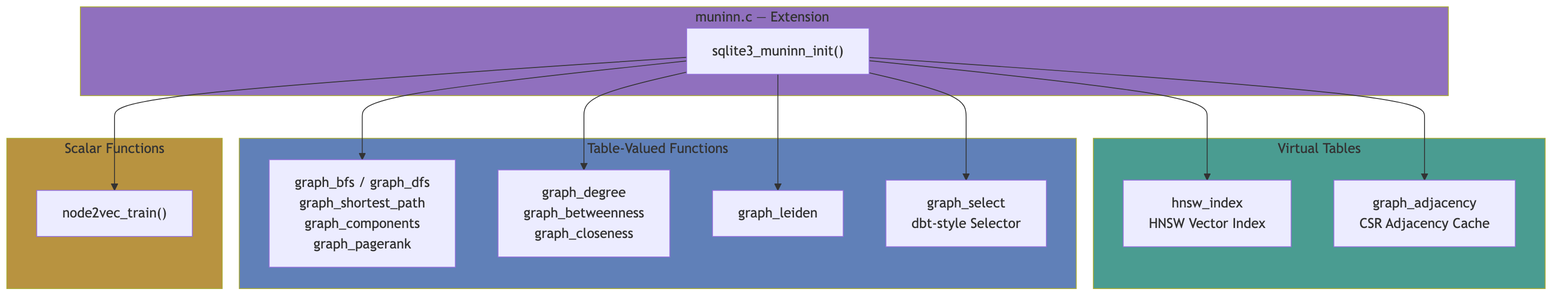
Before: docs/diagrams/architecture-overview.png, a diagram exported from Mermaid (neozenith/sqlite-muninn). Its source is kept beside it as docs/diagrams/architecture-overview.mmd. Source of this version:
```mermaid
flowchart TB
    subgraph entry["muninn.c — Extension Entry Point"]
        init["sqlite3_muninn_init()"]
    end

    subgraph vt["Virtual Tables"]
        hnsw["hnsw_index<br/>HNSW Vector Index"]
        adj["graph_adjacency<br/>CSR Adjacency Cache"]
    end

    subgraph tvf["Table-Valued Functions"]
        traversal["graph_bfs / graph_dfs<br/>graph_shortest_path<br/>graph_components<br/>graph_pagerank"]
        centrality["graph_degree<br/>graph_betweenness<br/>graph_closeness"]
        community["graph_leiden"]
        select["graph_select<br/>dbt-style Selector"]
    end

    subgraph scalar["Scalar Functions"]
        n2v["node2vec_train()"]
    end

    init --> hnsw
    init --> adj
    init --> traversal
    init --> centrality
    init --> community
    init --> select
    init --> n2v

    style entry fill:#9070be
    style vt fill:#4a9c91
    style tvf fill:#6080b8
    style scalar fill:#b89340
```
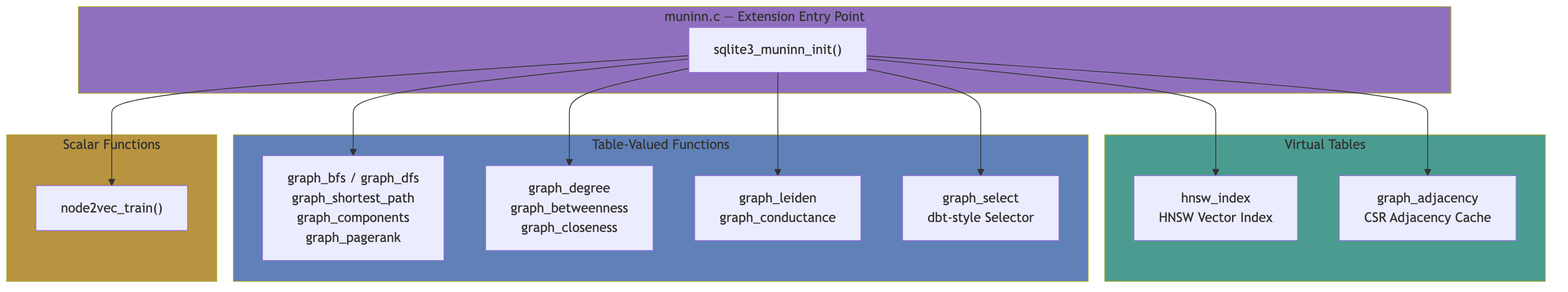
After the change.

What changed in the source:
```diff
@@ -11,7 +11,7 @@
     subgraph tvf["Table-Valued Functions"]
         traversal["graph_bfs / graph_dfs<br/>graph_shortest_path<br/>graph_components<br/>graph_pagerank"]
         centrality["graph_degree<br/>graph_betweenness<br/>graph_closeness"]
-        community["graph_leiden"]
+        community["graph_leiden<br/>graph_conductance"]
         select["graph_select<br/>dbt-style Selector"]
     end
 
```
